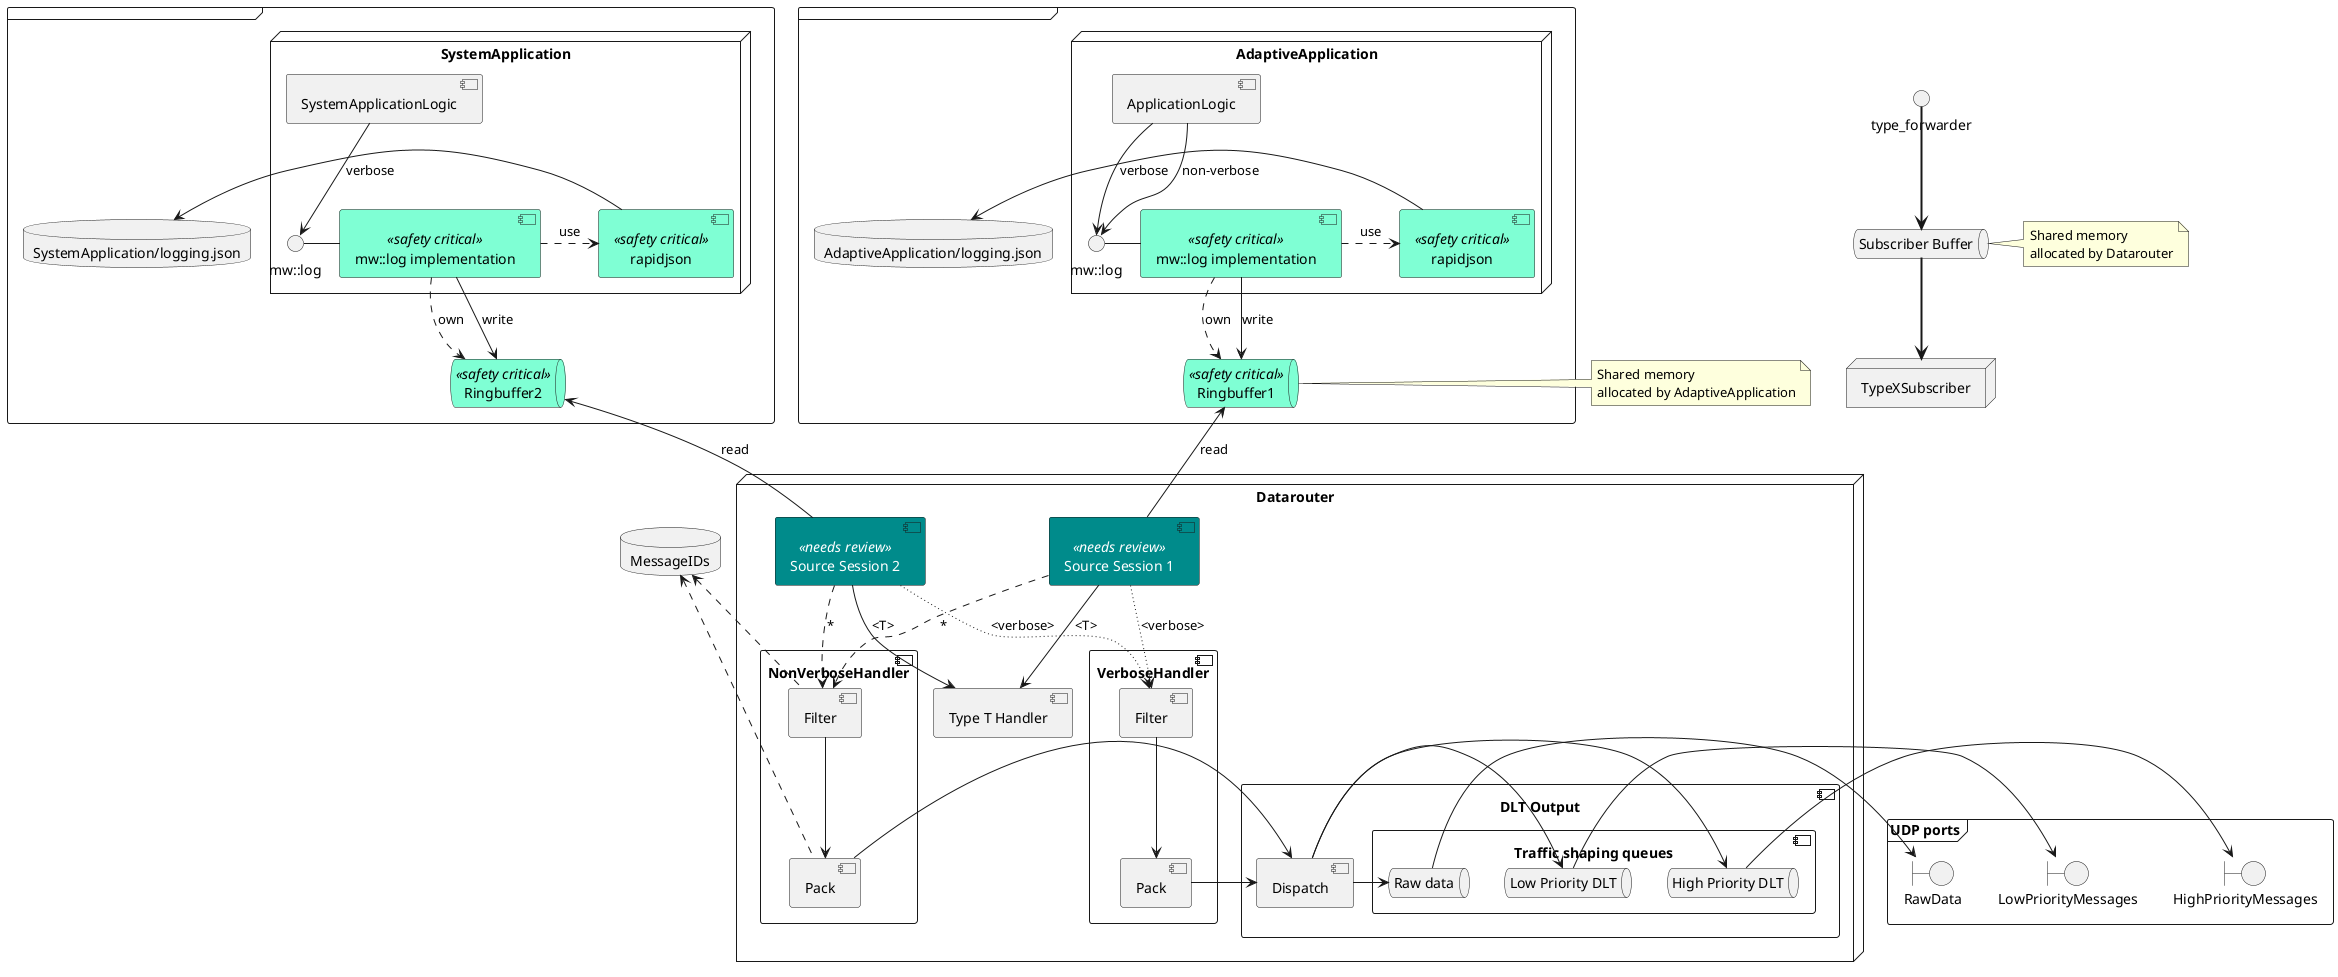
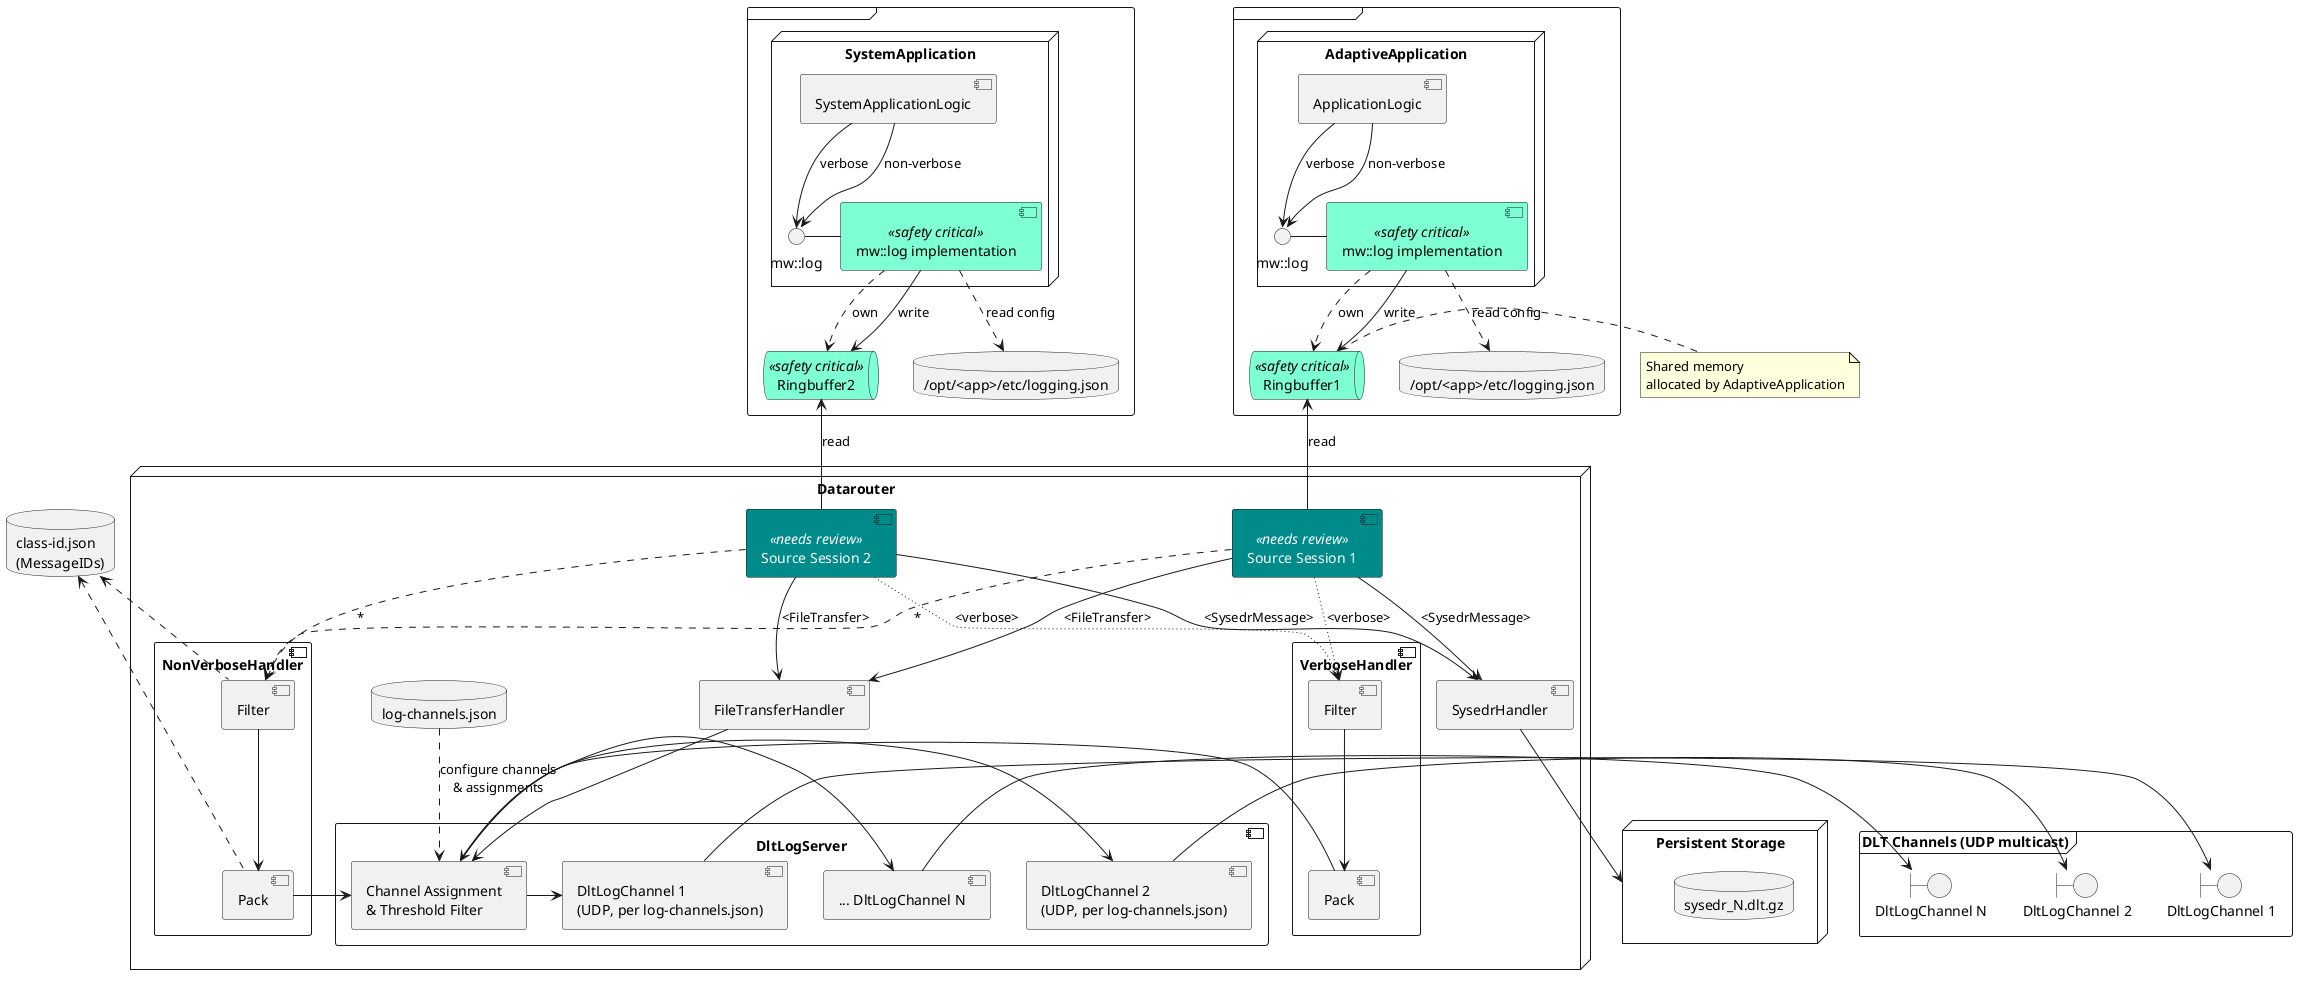
@startuml

skinparam component {
  backgroundColor<<safety critical>> Aquamarine
  backgroundColor<<needs review>> DarkCyan
  fontColor<<needs review>> White
}

skinparam queue {
	backgroundColor<<safety critical>> Aquamarine
}

frame {
  node AdaptiveApplication {
    component ApplicationLogic
    interface "mw::log" as aralog1
    component "mw::log implementation" <<safety critical>> as aralog1_impl
-     component rapidjson <<safety critical>> as rj1

    aralog1 - aralog1_impl
    ApplicationLogic --> aralog1 : verbose
    ApplicationLogic --> aralog1 : non-verbose
-     aralog1_impl .> rj1 : use
  }

  queue Ringbuffer1 <<safety critical>> as RB1
-   database "AdaptiveApplication/logging.json" as cfg1
-   rj1 -> cfg1
+   database "/opt/<app>/etc/logging.json" as cfg1
+   aralog1_impl ..> cfg1 : read config
}
- 

frame {
  node SystemApplication {
    component SystemApplicationLogic
    interface "mw::log" as aralog2
    component "mw::log implementation" <<safety critical>> as aralog2_impl
-     component rapidjson <<safety critical>> as rj2

    aralog2 - aralog2_impl
    SystemApplicationLogic --> aralog2 : verbose
-     aralog2_impl .> rj2 : use
+     SystemApplicationLogic --> aralog2 : non-verbose
  }

  queue Ringbuffer2 <<safety critical>> as RB2
-   database "SystemApplication/logging.json" as cfg2
-   rj2 -> cfg2
+   database "/opt/<app>/etc/logging.json" as cfg2
+   aralog2_impl ..> cfg2 : read config
}

note right of RB1
  Shared memory
  allocated by AdaptiveApplication
end note

aralog1_impl ..> RB1 : own
aralog2_impl ..> RB2 : own
aralog1_impl --> RB1 : write
aralog2_impl --> RB2 : write

- database "MessageIDs" as type_id
+ database "class-id.json\n(MessageIDs)" as type_id

- node "Datarouter"{
+ node "Datarouter" {

  component [Source Session 1] <<needs review>> as sourcesession1
  component [Source Session 2] <<needs review>> as sourcesession2
- 

  component "NonVerboseHandler" as nvh {
    component "Filter" as nvfilter
    component "Pack" as nvpack

    type_id <.. nvfilter
    type_id <.. nvpack
    nvfilter --> nvpack
  }

  RB1 <-- sourcesession1 : read
  RB2 <-- sourcesession2 : read

  component "VerboseHandler" as vh {
    component "Pack" as vpack
    component "Filter" as vfilter

    vfilter --> vpack
  }

-   component "DLT Output" as dlt_out {
-     component "Dispatch" as Demux
-     component "Traffic shaping queues" as out {
-       queue "High Priority DLT" as dlt1
-       queue "Low Priority DLT" as dlt2
-       queue "Raw data" as dlt3
-     }
-     Demux -> dlt1
-     Demux -> dlt2
-     Demux -> dlt3
+   component "FileTransferHandler" as fthandler {
  }

-   component "Type T Handler" as type_handler {
+   component "DltLogServer" as dlt_out {
+     component "Channel Assignment\n& Threshold Filter" as Demux
+     component "DltLogChannel 1\n(UDP, per log-channels.json)" as dlt_ch1
+     component "DltLogChannel 2\n(UDP, per log-channels.json)" as dlt_ch2
+     component "... DltLogChannel N" as dlt_chN
+     Demux -> dlt_ch1
+     Demux -> dlt_ch2
+     Demux -> dlt_chN
+   }
+ 
+   database "log-channels.json" as channels_cfg
+   channels_cfg ..> Demux : configure channels\n& assignments
+ 
+   component "SysedrHandler" as sysedr_handler {
  }
}

- queue "Subscriber Buffer" as sub_rb
- note right of sub_rb
-   Shared memory
-   allocated by Datarouter
- end note
- 
- 
- node TypeXSubscriber as type_subscriber {
+ node "Persistent Storage" as persistent_storage {
+   database "sysedr_N.dlt.gz" as sysedr_files
}

- type_forwarder ==> sub_rb
- sub_rb ==> type_subscriber
+ sysedr_handler --> persistent_storage

- frame "UDP ports"  {
-   boundary HighPriorityMessages as udp_1
-   boundary LowPriorityMessages as udp_2
-   boundary RawData as udp_3
+ frame "DLT Channels (UDP multicast)" {
+   boundary "DltLogChannel 1" as udp_1
+   boundary "DltLogChannel 2" as udp_2
+   boundary "DltLogChannel N" as udp_N
}

- sourcesession1 ~~> vfilter: <verbose>
- sourcesession2 ~~> vfilter: <verbose>
- sourcesession1 ..> nvfilter: *
- sourcesession2 ..> nvfilter: *
- sourcesession1 --> type_handler: <T>
- sourcesession2 --> type_handler: <T>
+ sourcesession1 ~~> vfilter : <verbose>
+ sourcesession2 ~~> vfilter : <verbose>
+ sourcesession1 ..> nvfilter : *
+ sourcesession2 ..> nvfilter : *
+ sourcesession1 --> sysedr_handler : <SysedrMessage>
+ sourcesession2 --> sysedr_handler : <SysedrMessage>
+ sourcesession1 --> fthandler : <FileTransfer>
+ sourcesession2 --> fthandler : <FileTransfer>

vpack -> Demux
nvpack -> Demux
+ fthandler -> Demux

- dlt1 -> udp_1
- dlt2 -> udp_2
- dlt3 -> udp_3
+ dlt_ch1 -> udp_1
+ dlt_ch2 -> udp_2
+ dlt_chN -> udp_N

@enduml
